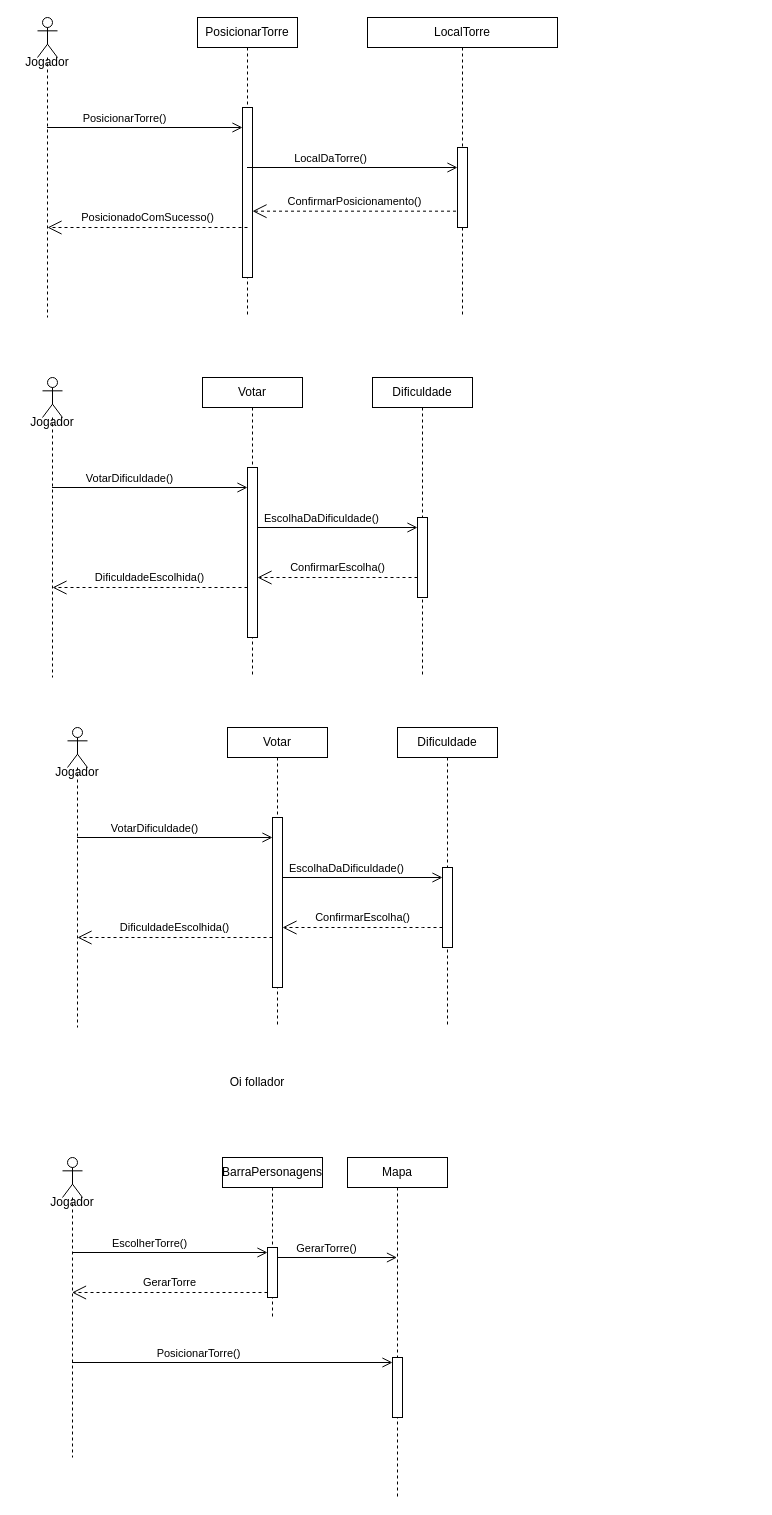
Earlier version of the draw.io diagram DiagramaDeSequênciaPlacementTower.drawio (DEV-0ne-Jao/Projeto-Integrador). Source tidied: cells renumbered, new cells numbered last; positions are measured from the earlier drawing's top-left corner, leaving out a move shared by most shapes. Both pictures are drawn from the tidied source at 100%, with x=0, y=0 at pixel (17, 17).
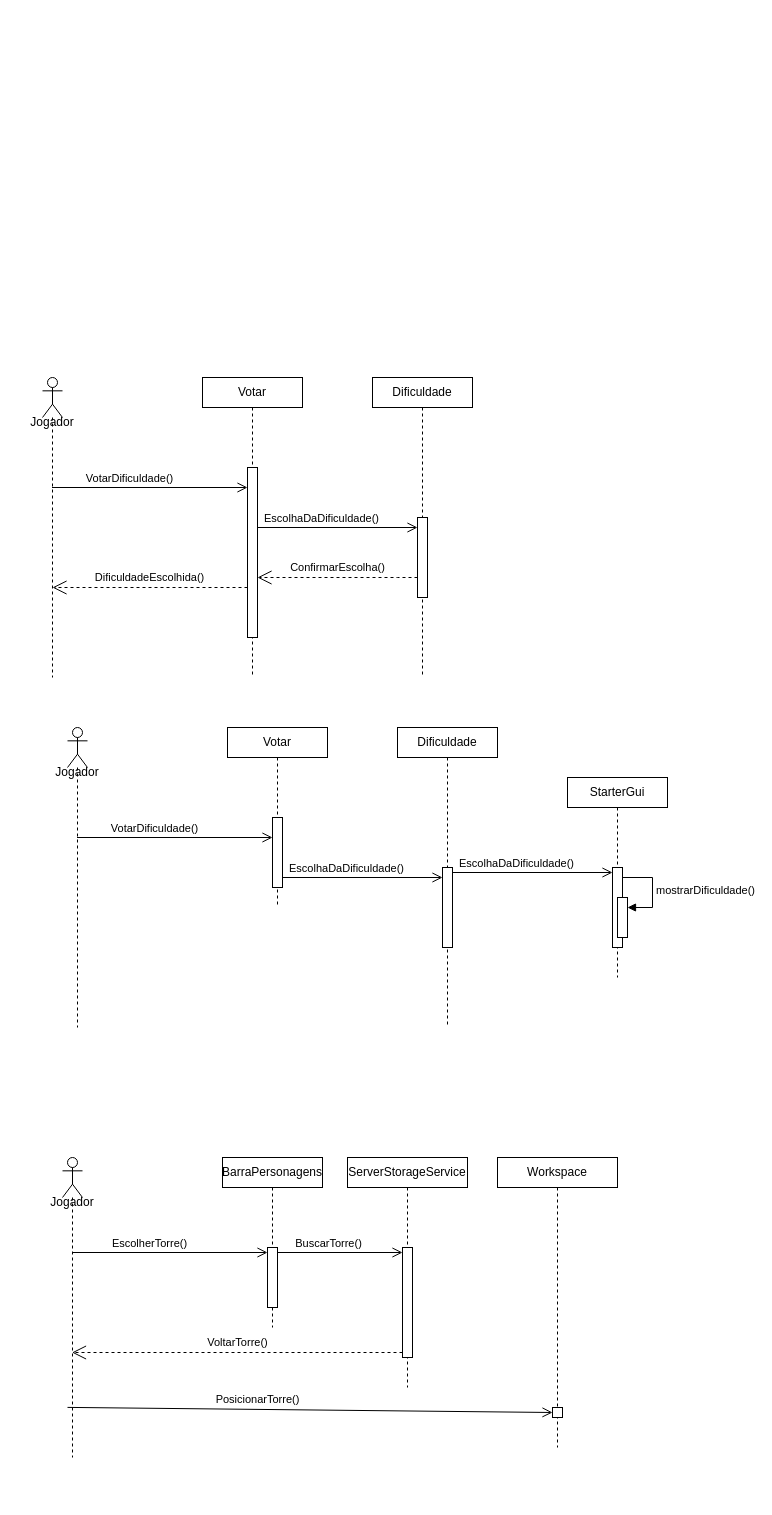
Above is the later version.

The change refers to these unchanged cells:
```xml
<mxCell id="27" style="shape=umlLifeline;perimeter=lifelinePerimeter;whiteSpace=wrap;html=1;outlineConnect=0;portConstraint=eastwest;newEdgeStyle={&quot;curved&quot;:0,&quot;rounded&quot;:0};participant=umlActor;size=40;" parent="1" vertex="1">
  <mxGeometry x="45" y="1140" width="20" height="300" as="geometry" />
</mxCell>
<mxCell id="44" style="html=1;points=[[0,0,0,0,5],[0,1,0,0,-5],[1,0,0,0,5],[1,1,0,0,-5]];perimeter=orthogonalPerimeter;outlineConnect=0;targetShapes=umlLifeline;portConstraint=eastwest;newEdgeStyle={&quot;curved&quot;:0,&quot;rounded&quot;:0};" parent="43" vertex="1">
  <mxGeometry x="45" y="140" width="10" height="80" as="geometry" />
</mxCell>
```

Diff of the diagram source:
```diff
@@
-    <mxCell id="2" style="shape=umlLifeline;perimeter=lifelinePerimeter;whiteSpace=wrap;html=1;newEdgeStyle={&quot;curved&quot;:0,&quot;rounded&quot;:0};participant=umlActor;size=40;" parent="1" vertex="1">
-      <mxGeometry x="20" width="20" height="300" as="geometry" />
-    </mxCell>
-    <mxCell id="3" value="PosicionarTorre" style="shape=umlLifeline;perimeter=lifelinePerimeter;whiteSpace=wrap;html=1;outlineConnect=0;portConstraint=eastwest;newEdgeStyle={&quot;curved&quot;:0,&quot;rounded&quot;:0};size=30;" parent="1" vertex="1">
-      <mxGeometry x="180" width="100" height="300" as="geometry" />
-    </mxCell>
-    <mxCell id="4" style="html=1;points=[[0,0,0,0,5],[0,1,0,0,-5],[1,0,0,0,5],[1,1,0,0,-5]];perimeter=orthogonalPerimeter;outlineConnect=0;targetShapes=umlLifeline;portConstraint=eastwest;newEdgeStyle={&quot;curved&quot;:0,&quot;rounded&quot;:0};" parent="3" vertex="1">
-      <mxGeometry x="45" y="90" width="10" height="170" as="geometry" />
-    </mxCell>
-    <mxCell id="5" value="LocalTorre" style="shape=umlLifeline;perimeter=lifelinePerimeter;whiteSpace=wrap;html=1;newEdgeStyle={&quot;curved&quot;:0,&quot;rounded&quot;:0};size=30;" parent="1" vertex="1">
-      <mxGeometry x="350" width="190" height="300" as="geometry" />
-    </mxCell>
-    <mxCell id="6" style="html=1;points=[[0,0,0,0,5],[0,1,0,0,-5],[1,0,0,0,5],[1,1,0,0,-5]];perimeter=orthogonalPerimeter;outlineConnect=0;targetShapes=umlLifeline;portConstraint=eastwest;newEdgeStyle={&quot;curved&quot;:0,&quot;rounded&quot;:0};" parent="5" vertex="1">
-      <mxGeometry x="90" y="130" width="10" height="80" as="geometry" />
-    </mxCell>
-    <mxCell id="7" style="endArrow=open;startArrow=none;endFill=0;startFill=0;endSize=8;html=1;verticalAlign=bottom;labelBackgroundColor=none;strokeWidth=1;rounded=0;" parent="1" edge="1">
-      <mxGeometry relative="1" as="geometry">
-        <mxPoint x="29.5" y="110" as="sourcePoint" />
-        <mxPoint x="225" y="110" as="targetPoint" />
-      </mxGeometry>
-    </mxCell>
-    <mxCell id="8" value="PosicionarTorre()" style="edgeLabel;html=1;align=center;verticalAlign=middle;" parent="7" vertex="1">
-      <mxGeometry x="-0.22" relative="1" as="geometry">
-        <mxPoint x="1" y="-10" as="offset" />
-      </mxGeometry>
-    </mxCell>
-    <mxCell id="9" value="Jogador" style="text;html=1;whiteSpace=wrap;strokeColor=none;fillColor=none;align=center;verticalAlign=middle;rounded=0;" parent="1" vertex="1">
-      <mxGeometry y="30" width="60" height="30" as="geometry" />
-    </mxCell>
-    <mxCell id="10" value="PosicionadoComSucesso()" style="endArrow=open;endSize=12;dashed=1;html=1;rounded=0;" parent="1" edge="1">
-      <mxGeometry y="-10" relative="1" as="geometry">
-        <mxPoint x="230" y="210" as="sourcePoint" />
-        <mxPoint x="30" y="210" as="targetPoint" />
-      </mxGeometry>
-    </mxCell>
-    <mxCell id="11" style="endArrow=open;startArrow=none;endFill=0;startFill=0;endSize=8;html=1;verticalAlign=bottom;labelBackgroundColor=none;strokeWidth=1;rounded=0;" parent="1" edge="1" source="3" target="6">
-      <mxGeometry relative="1" as="geometry" />
-    </mxCell>
-    <mxCell id="12" value="LocalDaTorre()" style="edgeLabel;html=1;align=center;verticalAlign=middle;" parent="11" vertex="1">
-      <mxGeometry x="-0.22" relative="1" as="geometry">
-        <mxPoint x="1" y="-10" as="offset" />
-      </mxGeometry>
-    </mxCell>
-    <mxCell id="13" value="ConfirmarPosicionamento()" style="endArrow=open;endSize=12;dashed=1;html=1;rounded=0;exitX=-0.15;exitY=0.796;exitDx=0;exitDy=0;exitPerimeter=0;" parent="1" edge="1" source="6" target="4">
-      <mxGeometry y="-10" relative="1" as="geometry" />
-    </mxCell>
@@
-    <mxCell id="26" value="Oi follador" style="text;html=1;whiteSpace=wrap;strokeColor=none;fillColor=none;align=center;verticalAlign=middle;rounded=0;" parent="1" vertex="1">
-      <mxGeometry x="210" y="1050" width="60" height="30" as="geometry" />
-    </mxCell>
@@
     <mxCell id="28" value="BarraPersonagens" style="shape=umlLifeline;perimeter=lifelinePerimeter;whiteSpace=wrap;html=1;newEdgeStyle={&quot;curved&quot;:0,&quot;rounded&quot;:0};size=30;" parent="1" vertex="1">
-      <mxGeometry x="205" y="1140" width="100" height="160" as="geometry" />
+      <mxGeometry x="205" y="1140" width="100" height="170" as="geometry" />
     </mxCell>
     <mxCell id="29" style="html=1;points=[[0,0,0,0,5],[0,1,0,0,-5],[1,0,0,0,5],[1,1,0,0,-5]];perimeter=orthogonalPerimeter;outlineConnect=0;targetShapes=umlLifeline;portConstraint=eastwest;newEdgeStyle={&quot;curved&quot;:0,&quot;rounded&quot;:0};" parent="28" vertex="1">
-      <mxGeometry x="45" y="90" width="10" height="50" as="geometry" />
+      <mxGeometry x="45" y="90" width="10" height="60" as="geometry" />
     </mxCell>
-    <mxCell id="30" value="Mapa" style="shape=umlLifeline;perimeter=lifelinePerimeter;whiteSpace=wrap;html=1;outlineConnect=0;portConstraint=eastwest;newEdgeStyle={&quot;curved&quot;:0,&quot;rounded&quot;:0};size=30;" parent="1" vertex="1">
-      <mxGeometry x="330" y="1140" width="100" height="340" as="geometry" />
+    <mxCell id="30" value="ServerStorageService" style="shape=umlLifeline;perimeter=lifelinePerimeter;whiteSpace=wrap;html=1;outlineConnect=0;portConstraint=eastwest;newEdgeStyle={&quot;curved&quot;:0,&quot;rounded&quot;:0};size=30;" parent="1" vertex="1">
+      <mxGeometry x="330" y="1140" width="120" height="230" as="geometry" />
     </mxCell>
     <mxCell id="31" style="html=1;points=[[0,0,0,0,5],[0,1,0,0,-5],[1,0,0,0,5],[1,1,0,0,-5]];perimeter=orthogonalPerimeter;outlineConnect=0;targetShapes=umlLifeline;portConstraint=eastwest;newEdgeStyle={&quot;curved&quot;:0,&quot;rounded&quot;:0};" parent="30" vertex="1">
-      <mxGeometry x="45" y="200" width="10" height="60" as="geometry" />
+      <mxGeometry x="55" y="90" width="10" height="110" as="geometry" />
     </mxCell>
@@
-    <mxCell id="35" value="GerarTorre" style="endArrow=open;endSize=12;dashed=1;html=1;rounded=0;exitX=0;exitY=1;exitDx=0;exitDy=-5;exitPerimeter=0;" parent="1" edge="1" source="29" target="27">
-      <mxGeometry y="-10" relative="1" as="geometry" />
-    </mxCell>
-    <mxCell id="36" style="endArrow=open;startArrow=none;endFill=0;startFill=0;endSize=8;html=1;verticalAlign=bottom;labelBackgroundColor=none;strokeWidth=1;rounded=0;entryX=0;entryY=0;entryDx=0;entryDy=5;entryPerimeter=0;" parent="1" edge="1" source="27" target="31">
-      <mxGeometry relative="1" as="geometry" />
-    </mxCell>
-    <mxCell id="37" value="PosicionarTorre()" style="edgeLabel;html=1;align=center;verticalAlign=middle;" parent="36" vertex="1">
-      <mxGeometry x="-0.22" relative="1" as="geometry">
-        <mxPoint x="1" y="-10" as="offset" />
-      </mxGeometry>
-    </mxCell>
-    <mxCell id="38" style="endArrow=open;startArrow=none;endFill=0;startFill=0;endSize=8;html=1;verticalAlign=bottom;labelBackgroundColor=none;strokeWidth=1;rounded=0;" parent="1" edge="1" target="30">
-      <mxGeometry relative="1" as="geometry">
-        <mxPoint x="260" y="1240" as="sourcePoint" />
-      </mxGeometry>
+    <mxCell id="38" style="endArrow=open;startArrow=none;endFill=0;startFill=0;endSize=8;html=1;verticalAlign=bottom;labelBackgroundColor=none;strokeWidth=1;rounded=0;entryX=0;entryY=0;entryDx=0;entryDy=5;entryPerimeter=0;exitX=1;exitY=0;exitDx=0;exitDy=5;exitPerimeter=0;" parent="1" edge="1" source="29" target="31">
+      <mxGeometry relative="1" as="geometry" />
     </mxCell>
-    <mxCell id="39" value="GerarTorre()" style="edgeLabel;html=1;align=center;verticalAlign=middle;" parent="38" vertex="1">
+    <mxCell id="39" value="BuscarTorre()" style="edgeLabel;html=1;align=center;verticalAlign=middle;" parent="38" vertex="1">
       <mxGeometry x="-0.22" relative="1" as="geometry">
         <mxPoint x="1" y="-10" as="offset" />
       </mxGeometry>
     </mxCell>
@@
     <mxCell id="41" value="Votar" style="shape=umlLifeline;perimeter=lifelinePerimeter;whiteSpace=wrap;html=1;newEdgeStyle={&quot;curved&quot;:0,&quot;rounded&quot;:0};size=30;" parent="1" vertex="1">
-      <mxGeometry x="210" y="710" width="100" height="300" as="geometry" />
+      <mxGeometry x="210" y="710" width="100" height="180" as="geometry" />
     </mxCell>
     <mxCell id="42" style="html=1;points=[[0,0,0,0,5],[0,1,0,0,-5],[1,0,0,0,5],[1,1,0,0,-5]];perimeter=orthogonalPerimeter;outlineConnect=0;targetShapes=umlLifeline;portConstraint=eastwest;newEdgeStyle={&quot;curved&quot;:0,&quot;rounded&quot;:0};" parent="41" vertex="1">
-      <mxGeometry x="45" y="90" width="10" height="170" as="geometry" />
+      <mxGeometry x="45" y="90" width="10" height="70" as="geometry" />
     </mxCell>
@@
-    <mxCell id="48" value="DificuldadeEscolhida()" style="endArrow=open;endSize=12;dashed=1;html=1;rounded=0;" parent="1" edge="1">
-      <mxGeometry y="-10" relative="1" as="geometry">
-        <mxPoint x="255" y="920" as="sourcePoint" />
-        <mxPoint x="60" y="920" as="targetPoint" />
-      </mxGeometry>
-    </mxCell>
@@
-    <mxCell id="51" value="ConfirmarEscolha()" style="endArrow=open;endSize=12;dashed=1;html=1;rounded=0;" parent="1" edge="1" source="44" target="42">
-      <mxGeometry y="-10" relative="1" as="geometry">
-        <Array as="points">
-          <mxPoint x="405" y="910" />
-        </Array>
-      </mxGeometry>
-    </mxCell>
+    <mxCell id="52" value="VoltarTorre()" style="endArrow=open;endSize=12;dashed=1;html=1;rounded=0;exitX=0;exitY=1;exitDx=0;exitDy=-5;exitPerimeter=0;" parent="1" edge="1" source="31" target="27">
+      <mxGeometry y="-10" relative="1" as="geometry" />
+    </mxCell>
+    <mxCell id="53" style="endArrow=open;startArrow=none;endFill=0;startFill=0;endSize=8;html=1;verticalAlign=bottom;labelBackgroundColor=none;strokeWidth=1;rounded=0;exitX=0.25;exitY=0.833;exitDx=0;exitDy=0;exitPerimeter=0;entryX=0;entryY=1;entryDx=0;entryDy=-5;entryPerimeter=0;" parent="1" edge="1" source="27" target="56">
+      <mxGeometry relative="1" as="geometry" />
+    </mxCell>
+    <mxCell id="54" value="PosicionarTorre()" style="edgeLabel;html=1;align=center;verticalAlign=middle;" parent="53" vertex="1">
+      <mxGeometry x="-0.22" relative="1" as="geometry">
+        <mxPoint x="1" y="-10" as="offset" />
+      </mxGeometry>
+    </mxCell>
+    <mxCell id="55" value="Workspace" style="shape=umlLifeline;perimeter=lifelinePerimeter;whiteSpace=wrap;html=1;newEdgeStyle={&quot;curved&quot;:0,&quot;rounded&quot;:0};size=30;" parent="1" vertex="1">
+      <mxGeometry x="480" y="1140" width="120" height="290" as="geometry" />
+    </mxCell>
+    <mxCell id="56" style="html=1;points=[[0,0,0,0,5],[0,1,0,0,-5],[1,0,0,0,5],[1,1,0,0,-5]];perimeter=orthogonalPerimeter;outlineConnect=0;targetShapes=umlLifeline;portConstraint=eastwest;newEdgeStyle={&quot;curved&quot;:0,&quot;rounded&quot;:0};" parent="55" vertex="1">
+      <mxGeometry x="55" y="250" width="10" height="10" as="geometry" />
+    </mxCell>
+    <mxCell id="57" value="StarterGui" style="shape=umlLifeline;perimeter=lifelinePerimeter;whiteSpace=wrap;html=1;newEdgeStyle={&quot;curved&quot;:0,&quot;rounded&quot;:0};size=30;" parent="1" vertex="1">
+      <mxGeometry x="550" y="760" width="100" height="200" as="geometry" />
+    </mxCell>
+    <mxCell id="58" style="html=1;points=[[0,0,0,0,5],[0,1,0,0,-5],[1,0,0,0,5],[1,1,0,0,-5]];perimeter=orthogonalPerimeter;outlineConnect=0;targetShapes=umlLifeline;portConstraint=eastwest;newEdgeStyle={&quot;curved&quot;:0,&quot;rounded&quot;:0};" parent="57" vertex="1">
+      <mxGeometry x="45" y="90" width="10" height="80" as="geometry" />
+    </mxCell>
+    <mxCell id="59" style="html=1;points=[[0,0,0,0,5],[0,1,0,0,-5],[1,0,0,0,5],[1,1,0,0,-5]];perimeter=orthogonalPerimeter;outlineConnect=0;targetShapes=umlLifeline;portConstraint=eastwest;newEdgeStyle={&quot;curved&quot;:0,&quot;rounded&quot;:0};" parent="57" vertex="1">
+      <mxGeometry x="50" y="120" width="10" height="40" as="geometry" />
+    </mxCell>
+    <mxCell id="60" value="mostrarDificuldade()" style="html=1;align=left;spacingLeft=2;endArrow=block;rounded=0;edgeStyle=orthogonalEdgeStyle;curved=0;rounded=0;" parent="57" edge="1" target="59">
+      <mxGeometry relative="1" as="geometry">
+        <mxPoint x="55" y="100" as="sourcePoint" />
+        <Array as="points">
+          <mxPoint x="85" y="130" />
+        </Array>
+      </mxGeometry>
+    </mxCell>
+    <mxCell id="61" style="endArrow=open;startArrow=none;endFill=0;startFill=0;endSize=8;html=1;verticalAlign=bottom;labelBackgroundColor=none;strokeWidth=1;rounded=0;exitX=1;exitY=0;exitDx=0;exitDy=5;exitPerimeter=0;entryX=0;entryY=0;entryDx=0;entryDy=5;entryPerimeter=0;" parent="1" edge="1" source="44" target="58">
+      <mxGeometry relative="1" as="geometry" />
+    </mxCell>
+    <mxCell id="62" value="EscolhaDaDificuldade()" style="edgeLabel;html=1;align=center;verticalAlign=middle;" parent="61" vertex="1">
+      <mxGeometry x="-0.22" relative="1" as="geometry">
+        <mxPoint x="1" y="-10" as="offset" />
+      </mxGeometry>
+    </mxCell>
```
